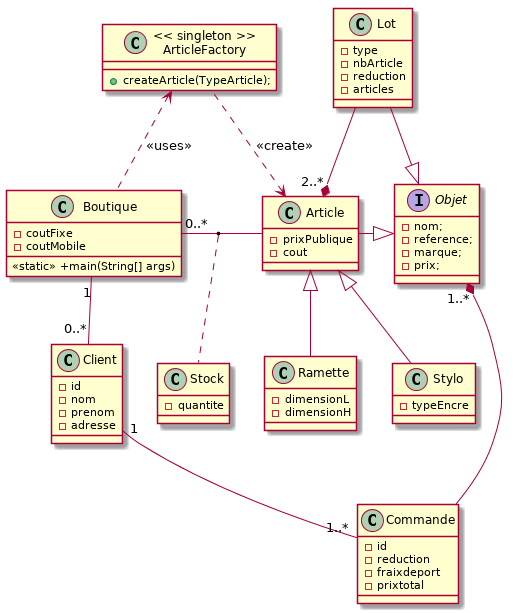
This is doc/class.png from Yoanr/GestionBoutique, a PlantUML export, as it was before one commit.
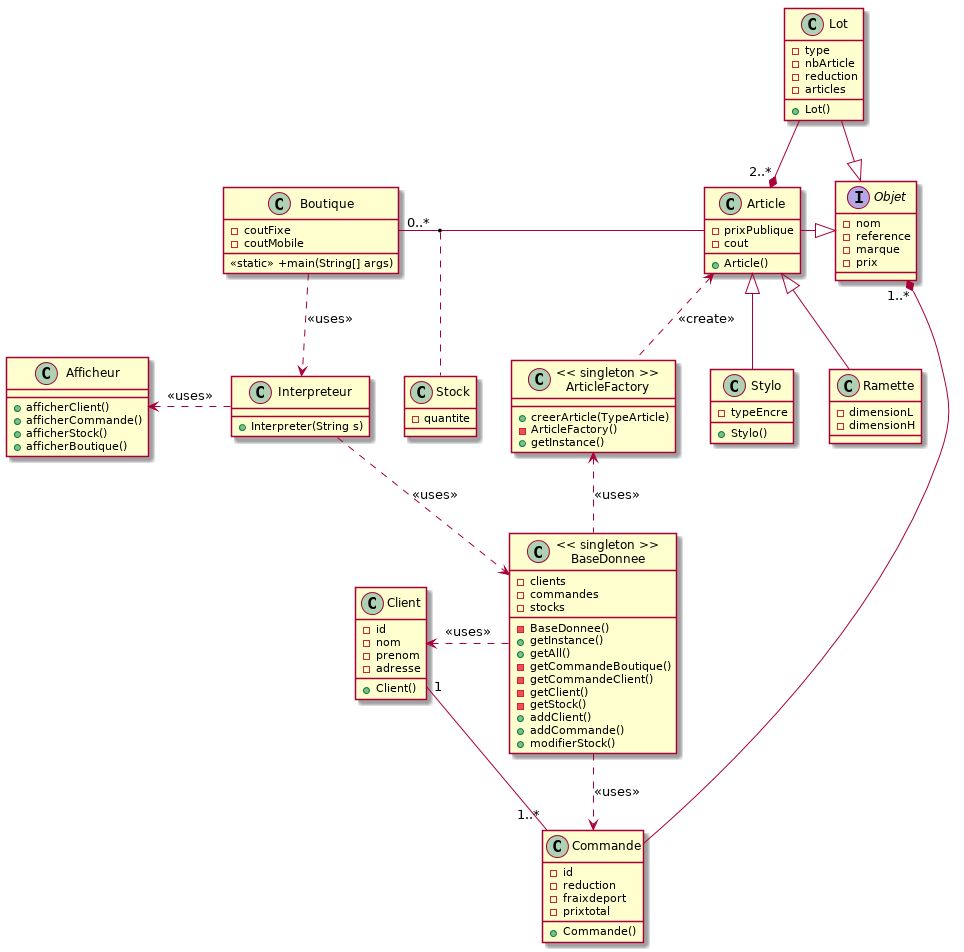
After the commit.

Commit message:
amelioration diag

Diff of the diagram source:
```diff
@@ -1,6 +1,7 @@
 @startuml
 
 class Client {
++Client()
 -id
 -nom
 -prenom
@@ -8,6 +9,7 @@
 }
 
 class Commande {
++Commande()
 -id
 -reduction
 -fraixdeport
@@ -16,6 +18,7 @@
 }
 
 class Article {
++Article()
 -prixPublique
 -cout
 }
@@ -28,19 +31,21 @@
 }
 
 class Lot{
++Lot()
 -type
 -nbArticle
 -reduction
 -articles
 }
 interface Objet{
--nom;
--reference;
--marque;
--prix;
+-nom
+-reference
+-marque
+-prix
 }
 
 class Stylo{
++Stylo()
 -typeEncre
 }
 
@@ -50,7 +55,9 @@
 }
 
 class "<< singleton >>\nArticleFactory"{
-+createArticle(TypeArticle);
++creerArticle(TypeArticle)
+-ArticleFactory()
++getInstance()
 }
 
 
@@ -58,8 +65,38 @@
 -quantite
 }
 
+class "<< singleton >>\nBaseDonnee"{
+-BaseDonnee()
++getInstance()
++getAll()
+-getCommandeBoutique()
+-getCommandeClient()
+-getClient()
+-getStock()
++addClient()
++addCommande()
++modifierStock()
+-clients
+-commandes
+-stocks
+
+}
+class Interpreteur{
++Interpreter(String s)
+}
+
+class Afficheur{
++afficherClient()
++afficherCommande()
++afficherStock()
++afficherBoutique()
+}
 
 
+
+
+"<< singleton >>\nBaseDonnee" .left.> Client : << uses >>
+"<< singleton >>\nBaseDonnee" .down.> Commande : << uses >>
 Client "1" -- "1..*" Commande
 Article -|> Objet
 Lot -|> Objet
@@ -67,11 +104,12 @@
 Stylo -up-|> Article
 Ramette -up-|> Article
 Objet "1..*" *-- Commande
-Boutique "1" -- "0..*" Client
 "<< singleton >>\nArticleFactory" .up.> Article : "<< create >>"
 
 Boutique "0..*" -right-  Article
 (Boutique, Article) .. Stock
-Boutique .up.> "<< singleton >>\nArticleFactory" : "<< uses >>"
-
+"<< singleton >>\nBaseDonnee" .up.> "<< singleton >>\nArticleFactory" : "<< uses >>"
+Boutique ..> Interpreteur : << uses >>
+Interpreteur .right.> "<< singleton >>\nBaseDonnee" : << uses >>
+Interpreteur .left.> Afficheur : << uses >>
 @enduml
```
